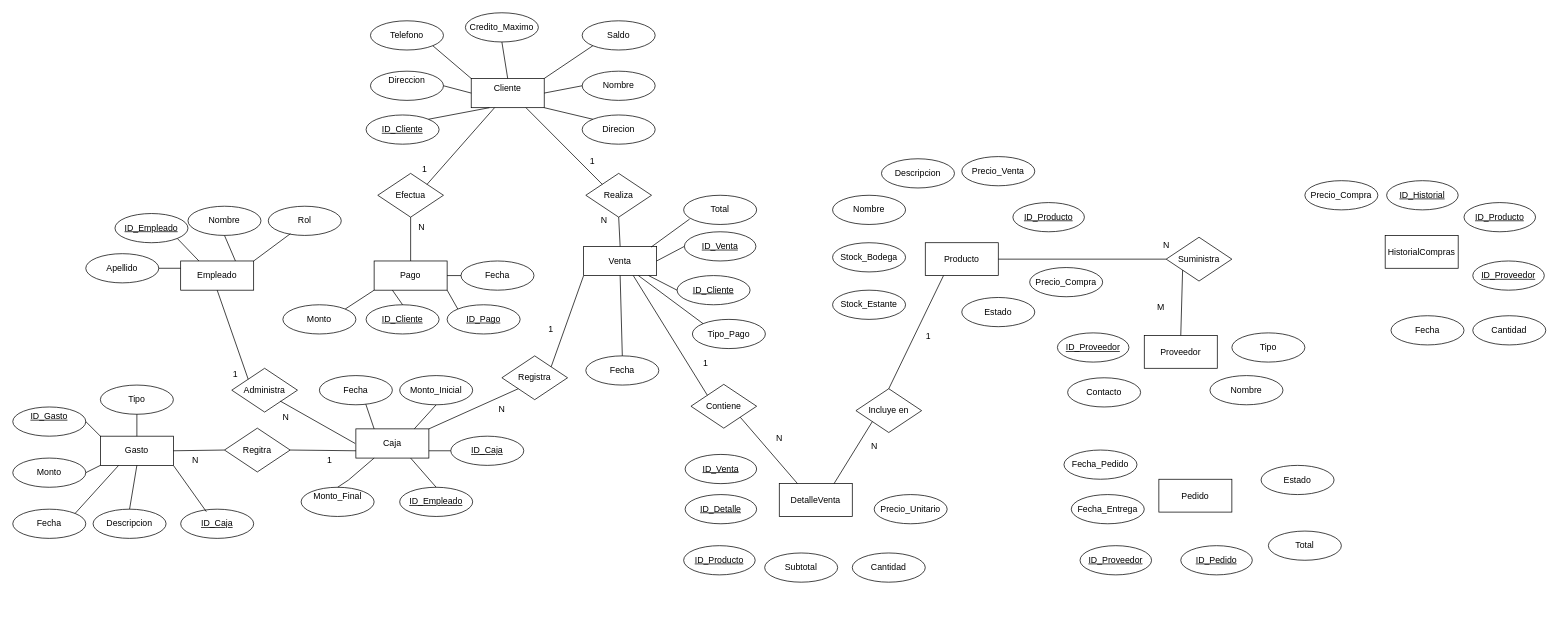
Above: Tarea4.drawio in Csandoval-dev/EtlExamenI (draw.io), before the change. Source tidied: cells renumbered, new cells numbered last; positions are measured from the earlier drawing's top-left corner, leaving out a move shared by most shapes. Both pictures are drawn from the tidied source at 73%, with x=0, y=0 at pixel (12, 12).
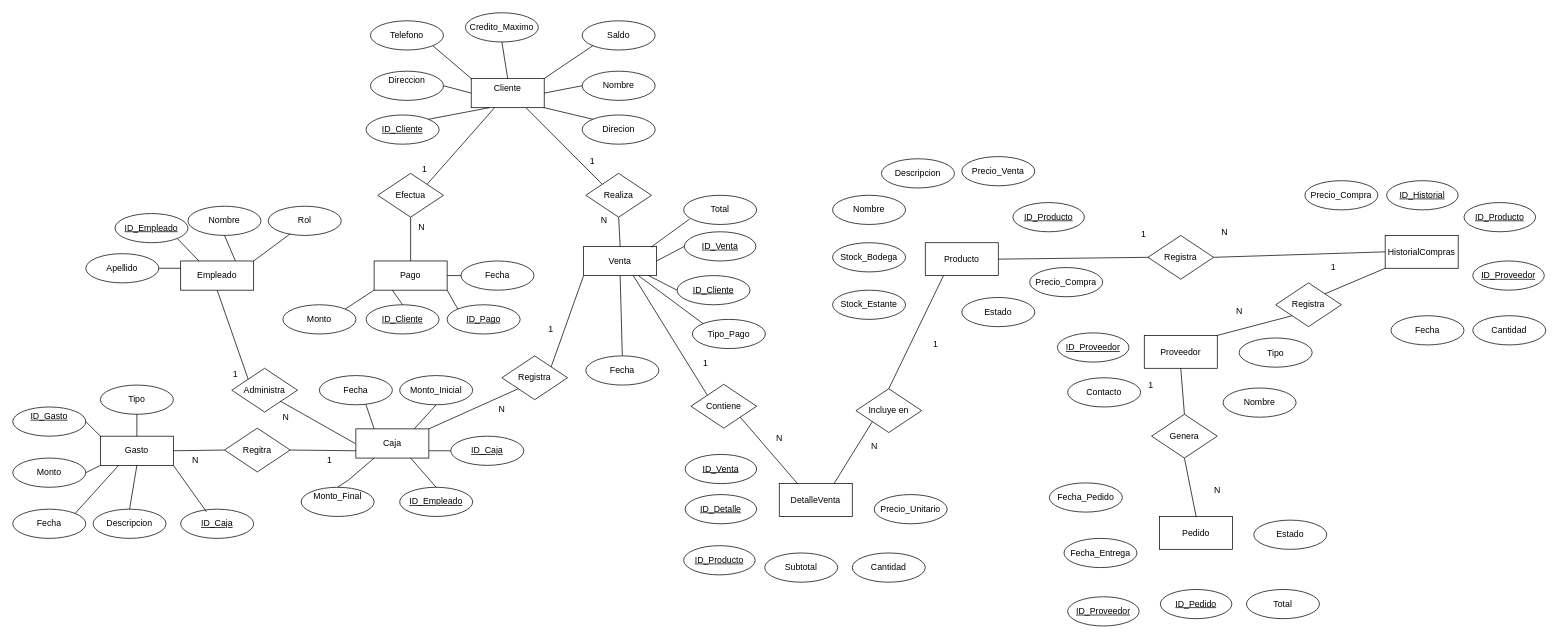
After the change.

The change refers to these unchanged cells:
```xml
<mxCell id="95" value="Producto" style="whiteSpace=wrap;html=1;align=center;" parent="1" vertex="1">
  <mxGeometry x="1250" y="315" width="100" height="45" as="geometry" />
</mxCell>
<mxCell id="104" value="Proveedor" style="whiteSpace=wrap;html=1;align=center;" parent="1" vertex="1">
  <mxGeometry x="1550" y="442" width="100" height="45" as="geometry" />
</mxCell>
<mxCell id="123" value="HistorialCompras" style="whiteSpace=wrap;html=1;align=center;" parent="1" vertex="1">
  <mxGeometry x="1880" y="305" width="100" height="45" as="geometry" />
</mxCell>
```

Diff of the diagram source:
```diff
@@
     <mxCell id="103" value="Nombre" style="ellipse;whiteSpace=wrap;html=1;align=center;" parent="1" vertex="1">
-      <mxGeometry x="1640" y="497" width="100" height="40" as="geometry" />
+      <mxGeometry x="1658" y="514" width="100" height="40" as="geometry" />
     </mxCell>
@@
     <mxCell id="109" value="Pedido" style="whiteSpace=wrap;html=1;align=center;" parent="1" vertex="1">
-      <mxGeometry x="1570" y="639" width="100" height="45" as="geometry" />
+      <mxGeometry x="1571" y="690" width="100" height="45" as="geometry" />
     </mxCell>
     <mxCell id="110" value="ID_Proveedor" style="ellipse;whiteSpace=wrap;html=1;align=center;fontStyle=4;" parent="1" vertex="1">
-      <mxGeometry x="1462" y="730" width="98" height="40" as="geometry" />
+      <mxGeometry x="1445" y="800" width="98" height="40" as="geometry" />
     </mxCell>
     <mxCell id="111" value="ID_Pedido" style="ellipse;whiteSpace=wrap;html=1;align=center;fontStyle=4;" parent="1" vertex="1">
-      <mxGeometry x="1600" y="730" width="98" height="40" as="geometry" />
+      <mxGeometry x="1572" y="790" width="98" height="40" as="geometry" />
     </mxCell>
     <mxCell id="112" value="Fecha_Pedido" style="ellipse;whiteSpace=wrap;html=1;align=center;" parent="1" vertex="1">
-      <mxGeometry x="1440" y="599" width="100" height="40" as="geometry" />
+      <mxGeometry x="1420" y="644" width="100" height="40" as="geometry" />
     </mxCell>
     <mxCell id="113" value="Fecha_Entrega" style="ellipse;whiteSpace=wrap;html=1;align=center;" parent="1" vertex="1">
-      <mxGeometry x="1450" y="660" width="100" height="40" as="geometry" />
+      <mxGeometry x="1440" y="720" width="100" height="40" as="geometry" />
     </mxCell>
     <mxCell id="114" value="Estado" style="ellipse;whiteSpace=wrap;html=1;align=center;" parent="1" vertex="1">
-      <mxGeometry x="1710" y="620" width="100" height="40" as="geometry" />
+      <mxGeometry x="1700" y="695" width="100" height="40" as="geometry" />
     </mxCell>
     <mxCell id="115" value="Total" style="ellipse;whiteSpace=wrap;html=1;align=center;" parent="1" vertex="1">
-      <mxGeometry x="1720" y="710" width="100" height="40" as="geometry" />
+      <mxGeometry x="1690" y="790" width="100" height="40" as="geometry" />
     </mxCell>
@@
     <mxCell id="127" value="Tipo" style="ellipse;whiteSpace=wrap;html=1;align=center;" parent="1" vertex="1">
-      <mxGeometry x="1670" y="438.5" width="100" height="40" as="geometry" />
+      <mxGeometry x="1680" y="445.5" width="100" height="40" as="geometry" />
     </mxCell>
@@
-    <mxCell id="138" value="1" style="text;strokeColor=none;fillColor=none;spacingLeft=4;spacingRight=4;overflow=hidden;fontSize=12;whiteSpace=wrap;html=1;" parent="1" vertex="1">
-      <mxGeometry x="1245" y="430" width="40" height="30" as="geometry" />
-    </mxCell>
@@
-    <mxCell id="140" value="Suministra" style="shape=rhombus;perimeter=rhombusPerimeter;whiteSpace=wrap;html=1;align=center;" parent="1" vertex="1">
-      <mxGeometry x="1580" y="307.5" width="90" height="60" as="geometry" />
-    </mxCell>
-    <mxCell id="141" style="endArrow=none;html=1;rounded=0;entryX=0;entryY=0.5;entryDx=0;entryDy=0;exitX=1;exitY=0.5;exitDx=0;exitDy=0;" parent="1" edge="1" source="95" target="140">
-      <mxGeometry relative="1" as="geometry" />
-    </mxCell>
-    <mxCell id="142" style="endArrow=none;html=1;rounded=0;entryX=0.5;entryY=0;entryDx=0;entryDy=0;exitX=0;exitY=1;exitDx=0;exitDy=0;" parent="1" edge="1" source="140" target="104">
-      <mxGeometry relative="1" as="geometry" />
-    </mxCell>
-    <mxCell id="143" value="N" style="text;strokeColor=none;fillColor=none;spacingLeft=4;spacingRight=4;overflow=hidden;fontSize=12;whiteSpace=wrap;html=1;" parent="1" vertex="1">
-      <mxGeometry x="1570" y="305" width="40" height="30" as="geometry" />
-    </mxCell>
-    <mxCell id="144" value="M" style="text;strokeColor=none;fillColor=none;spacingLeft=4;spacingRight=4;overflow=hidden;fontSize=12;whiteSpace=wrap;html=1;" parent="1" vertex="1">
-      <mxGeometry x="1562" y="390" width="40" height="30" as="geometry" />
-    </mxCell>
+    <mxCell id="145" value="Registra" style="shape=rhombus;perimeter=rhombusPerimeter;whiteSpace=wrap;html=1;align=center;" parent="1" vertex="1">
+      <mxGeometry x="1555" y="305" width="90" height="60" as="geometry" />
+    </mxCell>
+    <mxCell id="146" style="endArrow=none;html=1;rounded=0;entryX=0;entryY=0.5;entryDx=0;entryDy=0;exitX=1;exitY=0.5;exitDx=0;exitDy=0;" parent="1" edge="1" source="95" target="145">
+      <mxGeometry relative="1" as="geometry" />
+    </mxCell>
+    <mxCell id="147" style="endArrow=none;html=1;rounded=0;entryX=1;entryY=0.5;entryDx=0;entryDy=0;exitX=0;exitY=0.5;exitDx=0;exitDy=0;" parent="1" edge="1" source="123" target="145">
+      <mxGeometry relative="1" as="geometry" />
+    </mxCell>
+    <mxCell id="148" value="Registra" style="shape=rhombus;perimeter=rhombusPerimeter;whiteSpace=wrap;html=1;align=center;" parent="1" vertex="1">
+      <mxGeometry x="1730" y="370" width="90" height="60" as="geometry" />
+    </mxCell>
+    <mxCell id="149" value="1" style="text;strokeColor=none;fillColor=none;spacingLeft=4;spacingRight=4;overflow=hidden;fontSize=12;whiteSpace=wrap;html=1;" parent="1" vertex="1">
+      <mxGeometry x="1540" y="290" width="40" height="30" as="geometry" />
+    </mxCell>
+    <mxCell id="150" value="N" style="text;strokeColor=none;fillColor=none;spacingLeft=4;spacingRight=4;overflow=hidden;fontSize=12;whiteSpace=wrap;html=1;" parent="1" vertex="1">
+      <mxGeometry x="1650" y="287" width="40" height="30" as="geometry" />
+    </mxCell>
+    <mxCell id="151" style="endArrow=none;html=1;rounded=0;entryX=1;entryY=0;entryDx=0;entryDy=0;" parent="1" edge="1" target="148">
+      <mxGeometry relative="1" as="geometry">
+        <mxPoint x="1880" y="350" as="sourcePoint" />
+      </mxGeometry>
+    </mxCell>
+    <mxCell id="152" style="endArrow=none;html=1;rounded=0;entryX=1;entryY=0;entryDx=0;entryDy=0;exitX=0;exitY=1;exitDx=0;exitDy=0;" parent="1" edge="1" source="148" target="104">
+      <mxGeometry relative="1" as="geometry" />
+    </mxCell>
+    <mxCell id="153" value="1" style="text;strokeColor=none;fillColor=none;spacingLeft=4;spacingRight=4;overflow=hidden;fontSize=12;whiteSpace=wrap;html=1;" parent="1" vertex="1">
+      <mxGeometry x="1800" y="335" width="40" height="30" as="geometry" />
+    </mxCell>
+    <mxCell id="154" value="N" style="text;strokeColor=none;fillColor=none;spacingLeft=4;spacingRight=4;overflow=hidden;fontSize=12;whiteSpace=wrap;html=1;" parent="1" vertex="1">
+      <mxGeometry x="1670" y="395" width="40" height="30" as="geometry" />
+    </mxCell>
+    <mxCell id="155" value="Genera" style="shape=rhombus;perimeter=rhombusPerimeter;whiteSpace=wrap;html=1;align=center;" parent="1" vertex="1">
+      <mxGeometry x="1560" y="550" width="90" height="60" as="geometry" />
+    </mxCell>
+    <mxCell id="156" style="endArrow=none;html=1;rounded=0;entryX=0.5;entryY=0;entryDx=0;entryDy=0;exitX=0.5;exitY=1;exitDx=0;exitDy=0;" parent="1" edge="1" source="104" target="155">
+      <mxGeometry relative="1" as="geometry" />
+    </mxCell>
+    <mxCell id="157" style="endArrow=none;html=1;rounded=0;entryX=0.5;entryY=0;entryDx=0;entryDy=0;exitX=0.5;exitY=1;exitDx=0;exitDy=0;" parent="1" edge="1" source="155" target="109">
+      <mxGeometry relative="1" as="geometry" />
+    </mxCell>
+    <mxCell id="158" value="1" style="text;strokeColor=none;fillColor=none;spacingLeft=4;spacingRight=4;overflow=hidden;fontSize=12;whiteSpace=wrap;html=1;" parent="1" vertex="1">
+      <mxGeometry x="1255" y="440" width="40" height="30" as="geometry" />
+    </mxCell>
+    <mxCell id="159" value="N" style="text;strokeColor=none;fillColor=none;spacingLeft=4;spacingRight=4;overflow=hidden;fontSize=12;whiteSpace=wrap;html=1;" parent="1" vertex="1">
+      <mxGeometry x="1640" y="640" width="40" height="30" as="geometry" />
+    </mxCell>
+    <mxCell id="160" value="1" style="text;strokeColor=none;fillColor=none;spacingLeft=4;spacingRight=4;overflow=hidden;fontSize=12;whiteSpace=wrap;html=1;" parent="1" vertex="1">
+      <mxGeometry x="1550" y="497" width="40" height="30" as="geometry" />
+    </mxCell>
```
